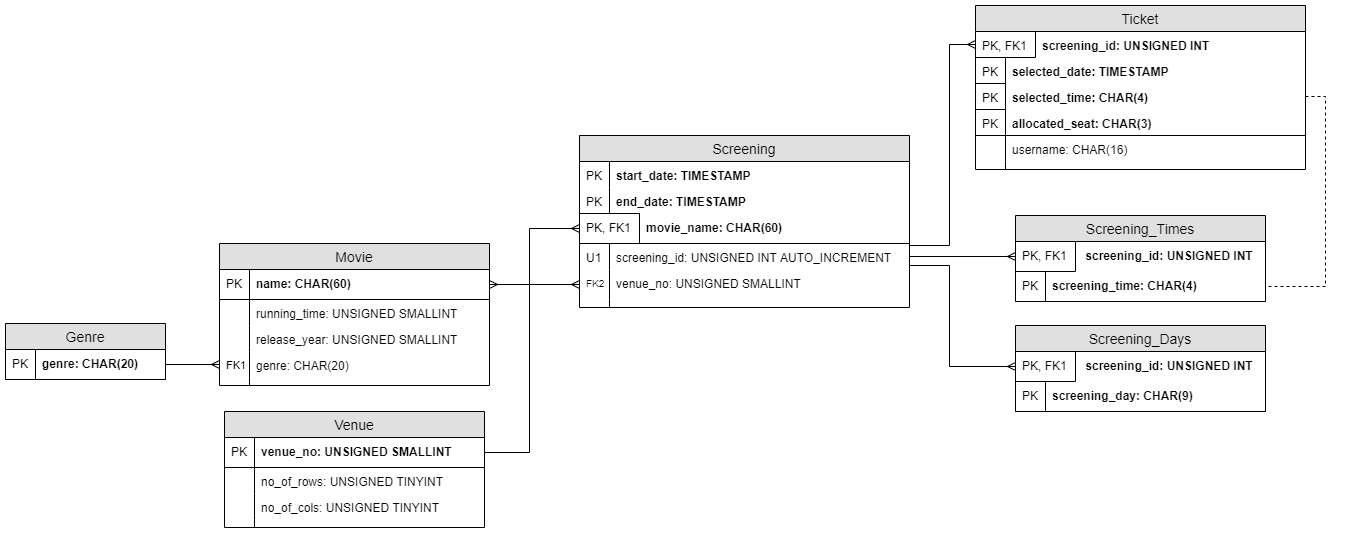
This is Table UML Diagram.png from deploring/MiniTicketer, a draw.io export, as it was before one commit. Source tidied: cells renumbered, new cells last; positions are measured from the earlier drawing's top-left corner, leaving out a move shared by most shapes.
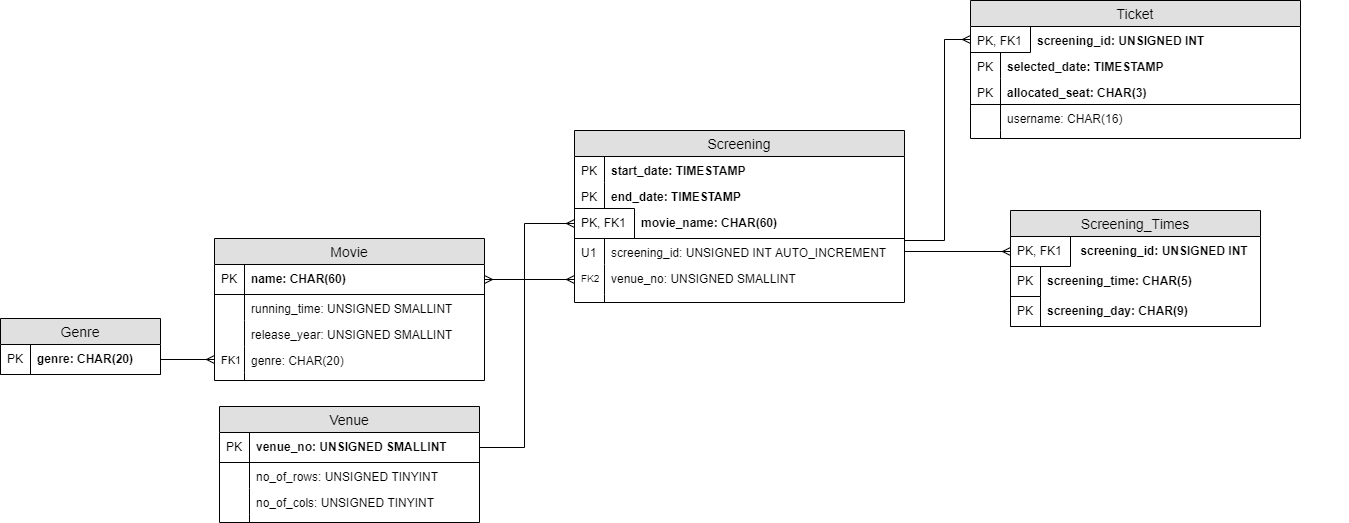
Above is the later version.

Diff of the diagram source:
```diff
@@ -108,7 +108,7 @@
       </mxGeometry>
     </mxCell>
     <mxCell id="36" value="Ticket" style="swimlane;fontStyle=0;horizontal=1;startSize=26;fillColor=#e0e0e0;swimlaneFillColor=#ffffff;align=center;fontSize=14;" parent="1" vertex="1">
-      <mxGeometry x="970" width="330" height="164" as="geometry" />
+      <mxGeometry x="970" width="330" height="138" as="geometry" />
     </mxCell>
     <mxCell id="37" value="         screening_id: UNSIGNED INT" style="shape=partialRectangle;top=0;left=0;right=0;bottom=0;align=left;verticalAlign=top;fillColor=none;spacingLeft=34;spacingRight=4;overflow=hidden;points=[[0,0.5],[1,0.5]];portConstraint=eastwest;fontSize=12;fontStyle=1;" parent="36" vertex="1">
       <mxGeometry y="26" width="330" height="26" as="geometry" />
@@ -122,26 +122,20 @@
     <mxCell id="40" value="PK" style="shape=partialRectangle;top=0;left=0;bottom=0;fillColor=none;align=left;verticalAlign=top;spacingLeft=4;spacingRight=4;overflow=hidden;fontSize=12;" parent="39" vertex="1">
       <mxGeometry width="30" height="26" as="geometry" />
     </mxCell>
-    <mxCell id="41" value="selected_time: CHAR(4)" style="shape=partialRectangle;top=0;left=0;right=0;bottom=0;align=left;verticalAlign=top;fillColor=none;spacingLeft=34;spacingRight=4;overflow=hidden;points=[[0,0.5],[1,0.5]];portConstraint=eastwest;fontSize=12;fontStyle=1;" parent="36" vertex="1">
-      <mxGeometry y="78" width="330" height="26" as="geometry" />
-    </mxCell>
-    <mxCell id="42" value="PK" style="shape=partialRectangle;top=1;left=0;bottom=1;fillColor=none;align=left;verticalAlign=top;spacingLeft=4;spacingRight=4;overflow=hidden;fontSize=12;" parent="41" vertex="1">
-      <mxGeometry width="30" height="26" as="geometry" />
-    </mxCell>
     <mxCell id="43" value="allocated_seat: CHAR(3)" style="shape=partialRectangle;top=0;left=0;right=0;bottom=1;align=left;verticalAlign=top;fillColor=none;spacingLeft=34;spacingRight=4;overflow=hidden;fontSize=12;fontStyle=1;" parent="36" vertex="1">
-      <mxGeometry y="104" width="330" height="26" as="geometry" />
+      <mxGeometry y="78" width="330" height="26" as="geometry" />
     </mxCell>
     <mxCell id="44" value="PK" style="shape=partialRectangle;top=0;left=0;bottom=0;fillColor=none;align=left;verticalAlign=top;spacingLeft=4;spacingRight=4;overflow=hidden;fontSize=12;" parent="43" vertex="1">
       <mxGeometry width="30" height="26" as="geometry" />
     </mxCell>
     <mxCell id="45" value="username: CHAR(16)" style="shape=partialRectangle;top=0;left=0;right=0;bottom=0;align=left;verticalAlign=top;fillColor=none;spacingLeft=34;spacingRight=4;overflow=hidden;fontSize=12;" parent="36" vertex="1">
-      <mxGeometry y="130" width="330" height="26" as="geometry" />
+      <mxGeometry y="104" width="330" height="26" as="geometry" />
     </mxCell>
     <mxCell id="46" style="shape=partialRectangle;top=0;left=0;bottom=0;fillColor=none;align=left;verticalAlign=top;spacingLeft=4;spacingRight=4;overflow=hidden;fontSize=12;" parent="45" vertex="1">
       <mxGeometry width="30" height="26" as="geometry" />
     </mxCell>
     <mxCell id="47" style="shape=partialRectangle;top=0;left=0;right=0;bottom=0;align=left;verticalAlign=top;fillColor=none;spacingLeft=34;spacingRight=4;overflow=hidden;fontSize=12;" parent="36" vertex="1">
-      <mxGeometry y="156" width="330" height="8" as="geometry" />
+      <mxGeometry y="130" width="330" height="8" as="geometry" />
     </mxCell>
     <mxCell id="48" style="shape=partialRectangle;top=0;left=0;bottom=0;fillColor=none;align=left;verticalAlign=top;spacingLeft=4;spacingRight=4;overflow=hidden;fontSize=12;" parent="47" vertex="1">
       <mxGeometry width="30" height="8" as="geometry" />
@@ -184,7 +178,7 @@
       </mxGeometry>
     </mxCell>
     <mxCell id="56" value="Screening_Times" style="swimlane;fontStyle=0;horizontal=1;startSize=26;fillColor=#e0e0e0;swimlaneFillColor=#ffffff;align=center;fontSize=14;" parent="1" vertex="1">
-      <mxGeometry x="1010" y="210" width="250" height="86" as="geometry" />
+      <mxGeometry x="1010" y="210" width="250" height="116" as="geometry" />
     </mxCell>
     <mxCell id="57" value="          screening_id: UNSIGNED INT" style="shape=partialRectangle;top=0;left=0;right=0;bottom=0;align=left;verticalAlign=middle;fillColor=none;spacingLeft=34;spacingRight=4;overflow=hidden;points=[[0,0.5],[1,0.5]];portConstraint=eastwest;fontStyle=1;fontSize=12;" parent="56" vertex="1">
       <mxGeometry y="26" width="250" height="30" as="geometry" />
@@ -198,47 +192,20 @@
         <mxPoint x="330" y="123" as="targetPoint" />
       </mxGeometry>
     </mxCell>
-    <mxCell id="60" value="screening_time: CHAR(4)" style="shape=partialRectangle;top=0;left=0;right=0;bottom=1;align=left;verticalAlign=middle;fillColor=none;spacingLeft=34;spacingRight=4;overflow=hidden;points=[[0,0.5],[1,0.5]];portConstraint=eastwest;fontStyle=1;fontSize=12;" parent="56" vertex="1">
+    <mxCell id="60" value="screening_time: CHAR(5)" style="shape=partialRectangle;top=0;left=0;right=0;bottom=0;align=left;verticalAlign=middle;fillColor=none;spacingLeft=34;spacingRight=4;overflow=hidden;points=[[0,0.5],[1,0.5]];portConstraint=eastwest;fontStyle=1;fontSize=12;" parent="56" vertex="1">
       <mxGeometry y="56" width="250" height="30" as="geometry" />
     </mxCell>
     <mxCell id="61" value="PK" style="shape=partialRectangle;top=1;left=0;bottom=0;fillColor=none;align=left;verticalAlign=middle;spacingLeft=4;spacingRight=4;overflow=hidden;fontSize=12;perimeterSpacing=1;" parent="60" vertex="1">
       <mxGeometry width="30" height="30" as="geometry" />
     </mxCell>
-    <mxCell id="62" value="Screening_Days" style="swimlane;fontStyle=0;horizontal=1;startSize=26;fillColor=#e0e0e0;swimlaneFillColor=#ffffff;align=center;fontSize=14;" parent="1" vertex="1">
-      <mxGeometry x="1010" y="320" width="250" height="86" as="geometry" />
-    </mxCell>
-    <mxCell id="63" value="          screening_id: UNSIGNED INT" style="shape=partialRectangle;top=0;left=0;right=0;bottom=0;align=left;verticalAlign=middle;fillColor=none;spacingLeft=34;spacingRight=4;overflow=hidden;points=[[0,0.5],[1,0.5]];portConstraint=eastwest;fontStyle=1;fontSize=12;" parent="62" vertex="1">
-      <mxGeometry y="26" width="250" height="30" as="geometry" />
-    </mxCell>
-    <mxCell id="64" value="PK, FK1" style="shape=partialRectangle;top=1;left=0;bottom=1;fillColor=none;align=left;verticalAlign=middle;spacingLeft=4;spacingRight=4;overflow=hidden;fontSize=12;perimeterSpacing=1;" parent="63" vertex="1">
-      <mxGeometry width="60" height="30" as="geometry" />
-    </mxCell>
-    <mxCell id="65" style="edgeStyle=orthogonalEdgeStyle;rounded=0;orthogonalLoop=1;jettySize=auto;html=1;exitX=1;exitY=0.5;exitDx=0;exitDy=0;" parent="62" edge="1">
-      <mxGeometry relative="1" as="geometry">
-        <mxPoint x="330" y="123" as="sourcePoint" />
-        <mxPoint x="330" y="123" as="targetPoint" />
-      </mxGeometry>
-    </mxCell>
-    <mxCell id="66" value="screening_day: CHAR(9)" style="shape=partialRectangle;top=0;left=0;right=0;bottom=1;align=left;verticalAlign=middle;fillColor=none;spacingLeft=34;spacingRight=4;overflow=hidden;fontStyle=1;fontSize=12;" parent="62" vertex="1">
-      <mxGeometry y="56" width="250" height="30" as="geometry" />
+    <mxCell id="66" value="screening_day: CHAR(9)" style="shape=partialRectangle;top=0;left=0;right=0;bottom=1;align=left;verticalAlign=middle;fillColor=none;spacingLeft=34;spacingRight=4;overflow=hidden;fontStyle=1;fontSize=12;" parent="56" vertex="1">
+      <mxGeometry y="86" width="250" height="30" as="geometry" />
     </mxCell>
     <mxCell id="67" value="PK" style="shape=partialRectangle;top=1;left=0;bottom=0;fillColor=none;align=left;verticalAlign=middle;spacingLeft=4;spacingRight=4;overflow=hidden;fontSize=12;perimeterSpacing=1;" parent="66" vertex="1">
       <mxGeometry width="30" height="30" as="geometry" />
     </mxCell>
-    <mxCell id="68" style="edgeStyle=orthogonalEdgeStyle;rounded=0;jettySize=auto;html=1;exitX=0;exitY=0.5;exitDx=0;exitDy=0;entryX=1;entryY=0.5;entryDx=0;entryDy=0;startArrow=ERmany;startFill=0;endArrow=none;endFill=0;fontSize=10;" parent="1" edge="1" source="63" target="29">
-      <mxGeometry relative="1" as="geometry">
-        <Array as="points">
-          <mxPoint x="944" y="361" />
-          <mxPoint x="944" y="260" />
-          <mxPoint x="904" y="260" />
-        </Array>
-      </mxGeometry>
-    </mxCell>
     <mxCell id="69" style="edgeStyle=orthogonalEdgeStyle;rounded=0;jettySize=auto;html=1;exitX=0;exitY=0.5;exitDx=0;exitDy=0;entryX=1;entryY=0.5;entryDx=0;entryDy=0;startArrow=ERmany;startFill=0;endArrow=none;endFill=0;fontSize=10;" parent="1" edge="1" source="57" target="29">
       <mxGeometry relative="1" as="geometry" />
     </mxCell>
-    <mxCell id="70" style="edgeStyle=orthogonalEdgeStyle;rounded=0;jettySize=auto;html=1;exitX=1;exitY=0.5;exitDx=0;exitDy=0;entryX=1;entryY=0.5;entryDx=0;entryDy=0;startArrow=none;startFill=0;endArrow=none;endFill=0;fontSize=10;dashed=1;" parent="1" edge="1" source="41" target="60">
-      <mxGeometry relative="1" as="geometry" />
-    </mxCell>
   </root>
 </mxGraphModel>
```
